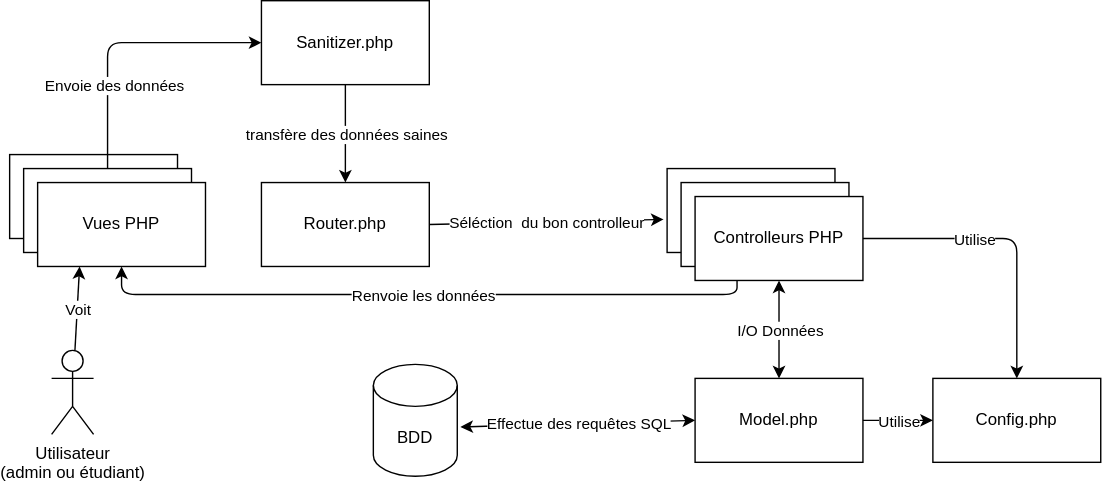
The draw.io diagram documentation/diagrammes/SVG/Backend.svg in FC-Dijkstra/SiteFormation_DAW, before a commit. Source tidied: cells renumbered, new cells last; positions are measured from the earlier drawing's top-left corner, leaving out a move shared by most shapes.
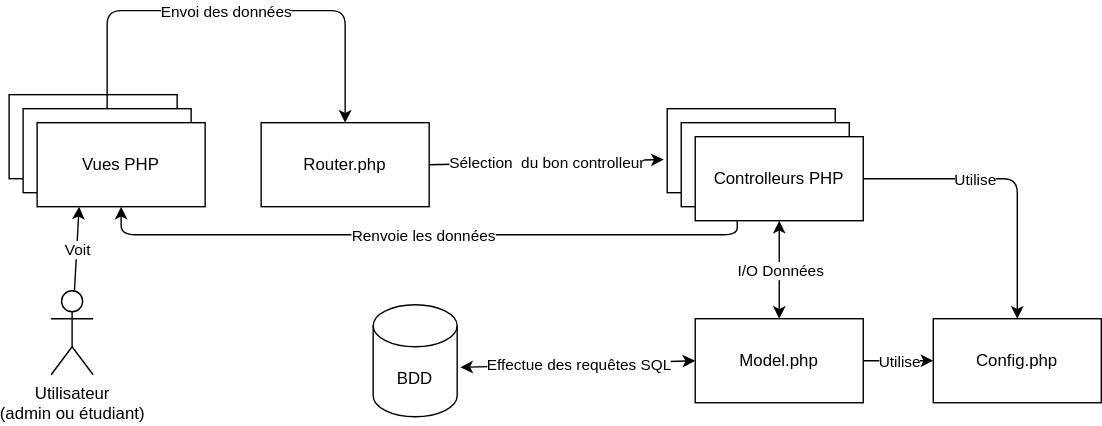
After the commit.

The edit, as a diff of the source:
```diff
@@ -29,7 +29,7 @@
     <mxCell id="10" style="endArrow=classic;html=1;entryX=-0.021;entryY=0.606;entryDx=0;entryDy=0;entryPerimeter=0;exitX=1;exitY=0.5;exitDx=0;exitDy=0;" parent="1" edge="1" source="3" target="7">
       <mxGeometry relative="1" as="geometry" />
     </mxCell>
-    <mxCell id="11" value="Séléction&amp;nbsp; du bon controlleur" style="edgeLabel;html=1;align=center;verticalAlign=middle;" parent="10" vertex="1">
+    <mxCell id="11" value="Sélection&amp;nbsp; du bon controlleur" style="edgeLabel;html=1;align=center;verticalAlign=middle;" parent="10" vertex="1">
       <mxGeometry relative="1" as="geometry" />
     </mxCell>
     <mxCell id="12" style="endArrow=classic;html=1;entryX=0.5;entryY=0;entryDx=0;entryDy=0;exitX=0.5;exitY=1;exitDx=0;exitDy=0;startArrow=classic;startFill=1;" parent="1" edge="1" source="9" target="5">
@@ -94,26 +94,18 @@
     <mxCell id="28" value="Voit" style="edgeLabel;html=1;align=center;verticalAlign=middle;" parent="27" vertex="1">
       <mxGeometry relative="1" as="geometry" />
     </mxCell>
-    <mxCell id="29" value="Sanitizer.php" style="rounded=0;whiteSpace=wrap;html=1;" parent="1" vertex="1">
-      <mxGeometry x="180" width="120" height="60" as="geometry" />
-    </mxCell>
-    <mxCell id="30" style="endArrow=classic;html=1;exitX=0.5;exitY=0;exitDx=0;exitDy=0;entryX=0;entryY=0.5;entryDx=0;entryDy=0;" parent="1" edge="1" source="23" target="29">
+    <mxCell id="30" style="endArrow=classic;html=1;exitX=0.5;exitY=0;exitDx=0;exitDy=0;entryX=0.5;entryY=0;entryDx=0;entryDy=0;" parent="1" edge="1" source="23" target="3">
       <mxGeometry relative="1" as="geometry">
         <Array as="points">
-          <mxPoint x="70" y="30" />
+          <mxPoint x="70" y="50" />
+          <mxPoint x="240" y="50" />
         </Array>
       </mxGeometry>
     </mxCell>
-    <mxCell id="31" value="Envoie des données" style="edgeLabel;html=1;align=center;verticalAlign=middle;" parent="30" vertex="1">
+    <mxCell id="31" value="Envoi&amp;nbsp;des données" style="edgeLabel;html=1;align=center;verticalAlign=middle;" parent="30" vertex="1">
       <mxGeometry relative="1" as="geometry">
-        <mxPoint x="-5.2" y="30" as="offset" />
+        <mxPoint x="-5.2" as="offset" />
       </mxGeometry>
     </mxCell>
-    <mxCell id="32" style="endArrow=classic;html=1;exitX=0.5;exitY=1;exitDx=0;exitDy=0;entryX=0.5;entryY=0;entryDx=0;entryDy=0;" parent="1" edge="1" source="29" target="3">
-      <mxGeometry relative="1" as="geometry" />
-    </mxCell>
-    <mxCell id="33" value="transfère des données saines" style="edgeLabel;html=1;align=center;verticalAlign=middle;" parent="32" vertex="1">
-      <mxGeometry relative="1" as="geometry" />
-    </mxCell>
   </root>
 </mxGraphModel>
```
